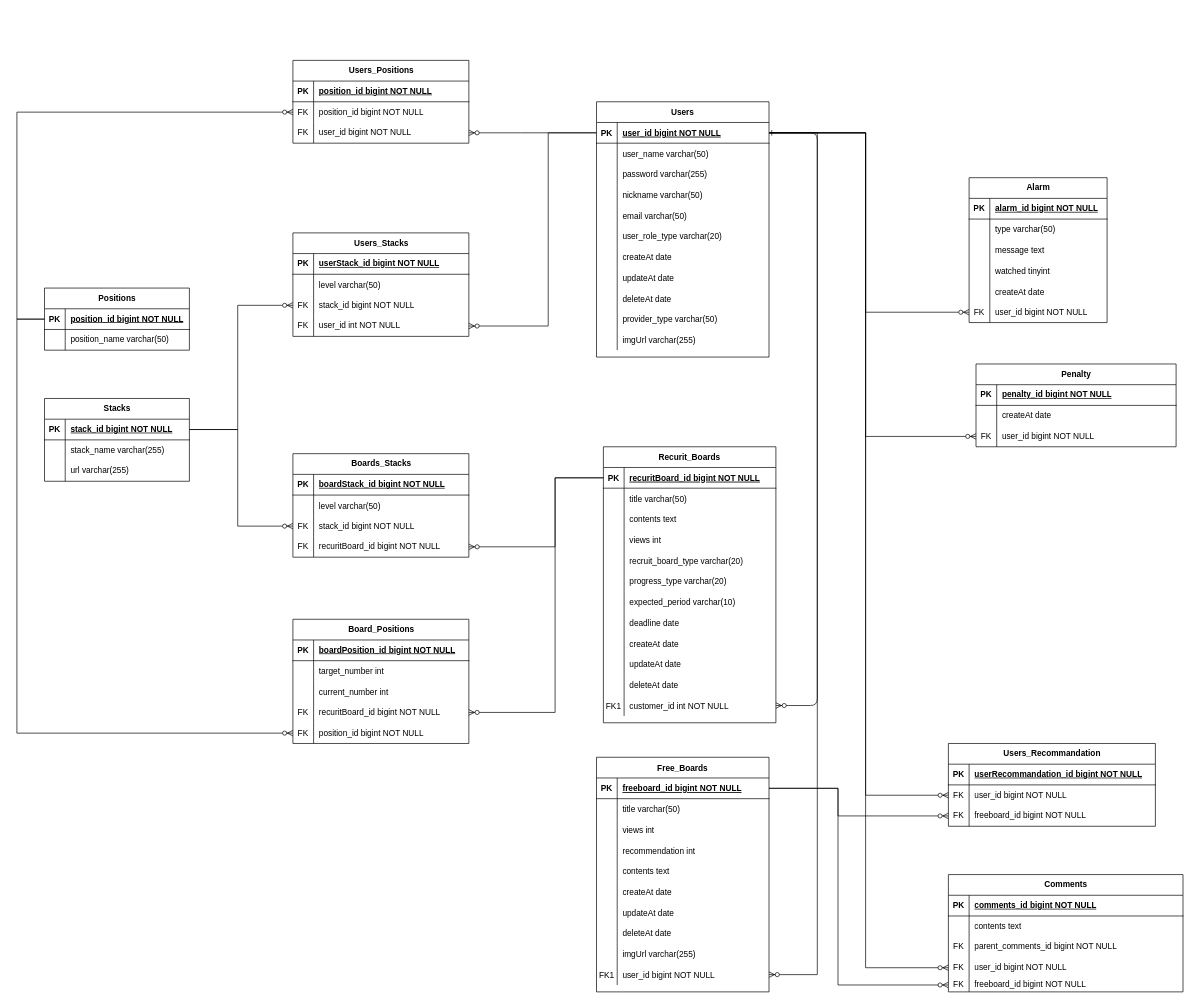
Above: server/ERD.drawio in Side-Effect-Team/side-effect-backend (draw.io), before the change. Source tidied: cells renumbered, new cells numbered last; positions are measured from the earlier drawing's top-left corner, leaving out a move shared by most shapes. Both pictures are drawn from the tidied source at 69%, with x=0, y=0 at pixel (-39, 60).
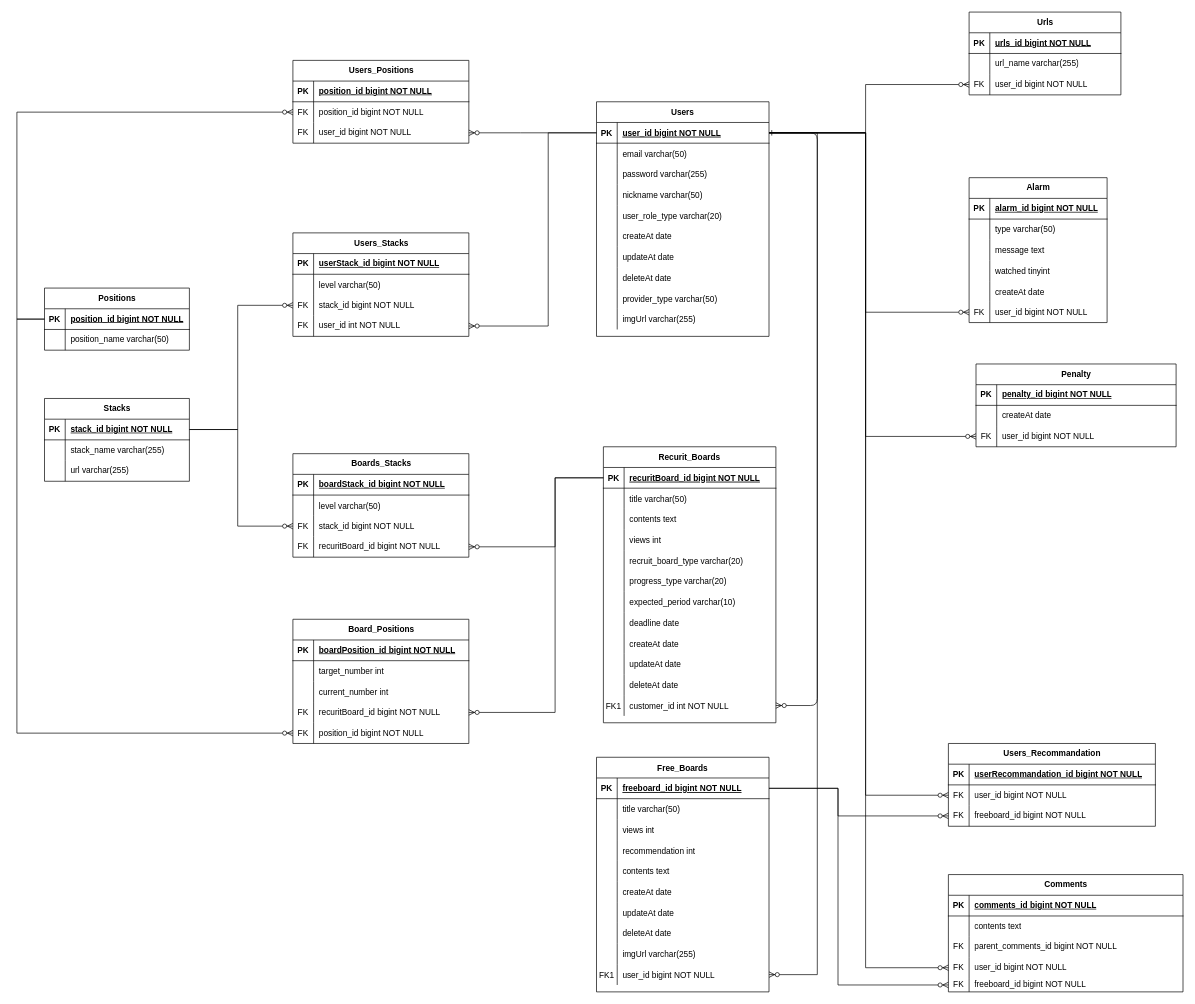
Above is the later version.

Commit message:
chore: Users Entity 변경

Unchanged cells that the change refers to:
```xml
<mxCell id="41" style="shape=partialRectangle;fillColor=none;points=[[0,0.5],[1,0.5]];portConstraint=eastwest;top=0;left=0;right=0;bottom=1;" parent="40" vertex="1">
  <mxGeometry y="30" width="250" height="30" as="geometry" />
</mxCell>
```

Diff of the diagram source:
```diff
@@
     <mxCell id="40" value="Users" style="shape=table;startSize=30;childLayout=tableLayout;rowLines=0;fontStyle=1;align=center;" parent="1" vertex="1">
-      <mxGeometry x="920" y="60" width="250" height="370" as="geometry" />
+      <mxGeometry x="920" y="60" width="250" height="340" as="geometry" />
     </mxCell>
@@
-    <mxCell id="44" style="shape=partialRectangle;fillColor=none;top=0;left=0;right=0;bottom=0;" parent="40" vertex="1">
-      <mxGeometry y="60" width="250" height="30" as="geometry" />
-    </mxCell>
-    <mxCell id="45" style="shape=partialRectangle;overflow=hidden;fillColor=none;top=0;left=0;bottom=0;right=0;" parent="44" vertex="1">
-      <mxGeometry width="30" height="30" as="geometry" />
-    </mxCell>
-    <mxCell id="46" value="user_name varchar(50)" style="shape=partialRectangle;overflow=hidden;fillColor=none;top=0;left=0;bottom=0;right=0;align=left;spacingLeft=6;" parent="44" vertex="1">
-      <mxGeometry x="30" width="220" height="30" as="geometry" />
-    </mxCell>
+    <mxCell id="53" style="shape=tableRow;horizontal=0;startSize=0;swimlaneHead=0;swimlaneBody=0;fillColor=none;top=0;left=0;right=0;bottom=0;" parent="40" vertex="1">
+      <mxGeometry y="60" width="250" height="30" as="geometry" />
+    </mxCell>
+    <mxCell id="54" style="shape=partialRectangle;fillColor=none;top=0;left=0;bottom=0;right=0;overflow=hidden;" parent="53" vertex="1">
+      <mxGeometry width="30" height="30" as="geometry" />
+    </mxCell>
+    <mxCell id="55" value="email varchar(50)" style="shape=partialRectangle;fillColor=none;top=0;left=0;bottom=0;right=0;align=left;spacingLeft=6;overflow=hidden;" parent="53" vertex="1">
+      <mxGeometry x="30" width="220" height="30" as="geometry" />
+    </mxCell>
@@
-    <mxCell id="53" style="shape=tableRow;horizontal=0;startSize=0;swimlaneHead=0;swimlaneBody=0;fillColor=none;top=0;left=0;right=0;bottom=0;" parent="40" vertex="1">
-      <mxGeometry y="150" width="250" height="30" as="geometry" />
-    </mxCell>
-    <mxCell id="54" style="shape=partialRectangle;fillColor=none;top=0;left=0;bottom=0;right=0;overflow=hidden;" parent="53" vertex="1">
-      <mxGeometry width="30" height="30" as="geometry" />
-    </mxCell>
-    <mxCell id="55" value="email varchar(50)" style="shape=partialRectangle;fillColor=none;top=0;left=0;bottom=0;right=0;align=left;spacingLeft=6;overflow=hidden;" parent="53" vertex="1">
-      <mxGeometry x="30" width="220" height="30" as="geometry" />
-    </mxCell>
     <mxCell id="56" style="shape=tableRow;horizontal=0;startSize=0;swimlaneHead=0;swimlaneBody=0;fillColor=none;top=0;left=0;right=0;bottom=0;" parent="40" vertex="1">
-      <mxGeometry y="180" width="250" height="30" as="geometry" />
+      <mxGeometry y="150" width="250" height="30" as="geometry" />
     </mxCell>
@@
     <mxCell id="59" style="shape=tableRow;horizontal=0;startSize=0;swimlaneHead=0;swimlaneBody=0;fillColor=none;top=0;left=0;right=0;bottom=0;" parent="40" vertex="1">
-      <mxGeometry y="210" width="250" height="30" as="geometry" />
+      <mxGeometry y="180" width="250" height="30" as="geometry" />
     </mxCell>
@@
     <mxCell id="62" style="shape=tableRow;horizontal=0;startSize=0;swimlaneHead=0;swimlaneBody=0;fillColor=none;top=0;left=0;right=0;bottom=0;" parent="40" vertex="1">
-      <mxGeometry y="240" width="250" height="30" as="geometry" />
+      <mxGeometry y="210" width="250" height="30" as="geometry" />
     </mxCell>
@@
     <mxCell id="65" style="shape=tableRow;horizontal=0;startSize=0;swimlaneHead=0;swimlaneBody=0;fillColor=none;top=0;left=0;right=0;bottom=0;" parent="40" vertex="1">
-      <mxGeometry y="270" width="250" height="30" as="geometry" />
+      <mxGeometry y="240" width="250" height="30" as="geometry" />
     </mxCell>
@@
     <mxCell id="68" style="shape=tableRow;horizontal=0;startSize=0;swimlaneHead=0;swimlaneBody=0;fillColor=none;top=0;left=0;right=0;bottom=0;" parent="40" vertex="1">
-      <mxGeometry y="300" width="250" height="30" as="geometry" />
+      <mxGeometry y="270" width="250" height="30" as="geometry" />
     </mxCell>
@@
     <mxCell id="71" style="shape=tableRow;horizontal=0;startSize=0;swimlaneHead=0;swimlaneBody=0;fillColor=none;top=0;left=0;right=0;bottom=0;" parent="40" vertex="1">
-      <mxGeometry y="330" width="250" height="30" as="geometry" />
+      <mxGeometry y="300" width="250" height="30" as="geometry" />
     </mxCell>
@@
+    <mxCell id="246" value="Urls" style="shape=table;startSize=30;childLayout=tableLayout;rowLines=0;fontStyle=1;align=center;html=1;" parent="1" vertex="1">
+      <mxGeometry x="1460" y="-70" width="220" height="120" as="geometry" />
+    </mxCell>
+    <mxCell id="247" style="shape=tableRow;horizontal=0;startSize=0;swimlaneHead=0;swimlaneBody=0;fillColor=none;top=0;left=0;right=0;bottom=1;" parent="246" vertex="1">
+      <mxGeometry y="30" width="220" height="30" as="geometry" />
+    </mxCell>
+    <mxCell id="248" value="PK" style="shape=partialRectangle;fillColor=none;top=0;left=0;bottom=0;right=0;fontStyle=1;overflow=hidden;whiteSpace=wrap;html=1;" parent="247" vertex="1">
+      <mxGeometry width="30" height="30" as="geometry" />
+    </mxCell>
+    <mxCell id="249" value="urls_id bigint NOT NULL" style="shape=partialRectangle;fillColor=none;top=0;left=0;bottom=0;right=0;align=left;spacingLeft=6;fontStyle=5;overflow=hidden;whiteSpace=wrap;html=1;" parent="247" vertex="1">
+      <mxGeometry x="30" width="190" height="30" as="geometry" />
+    </mxCell>
+    <mxCell id="250" style="shape=tableRow;horizontal=0;startSize=0;swimlaneHead=0;swimlaneBody=0;fillColor=none;top=0;left=0;right=0;bottom=0;" parent="246" vertex="1">
+      <mxGeometry y="60" width="220" height="30" as="geometry" />
+    </mxCell>
+    <mxCell id="251" style="shape=partialRectangle;fillColor=none;top=0;left=0;bottom=0;right=0;overflow=hidden;whiteSpace=wrap;html=1;" parent="250" vertex="1">
+      <mxGeometry width="30" height="30" as="geometry" />
+    </mxCell>
+    <mxCell id="252" value="url_name varchar(255)" style="shape=partialRectangle;fillColor=none;top=0;left=0;bottom=0;right=0;align=left;spacingLeft=6;overflow=hidden;whiteSpace=wrap;html=1;" parent="250" vertex="1">
+      <mxGeometry x="30" width="190" height="30" as="geometry" />
+    </mxCell>
+    <mxCell id="253" style="shape=tableRow;horizontal=0;startSize=0;swimlaneHead=0;swimlaneBody=0;fillColor=none;points=[[0,0.5],[1,0.5]];portConstraint=eastwest;top=0;left=0;right=0;bottom=0;" parent="246" vertex="1">
+      <mxGeometry y="90" width="220" height="30" as="geometry" />
+    </mxCell>
+    <mxCell id="254" value="FK" style="shape=partialRectangle;fillColor=none;top=0;left=0;bottom=0;right=0;fontStyle=0;overflow=hidden;whiteSpace=wrap;html=1;" parent="253" vertex="1">
+      <mxGeometry width="30" height="30" as="geometry" />
+    </mxCell>
+    <mxCell id="255" value="user_id bigint NOT NULL" style="shape=partialRectangle;fillColor=none;top=0;left=0;bottom=0;right=0;align=left;spacingLeft=6;fontStyle=0;overflow=hidden;whiteSpace=wrap;html=1;" parent="253" vertex="1">
+      <mxGeometry x="30" width="190" height="30" as="geometry" />
+    </mxCell>
+    <mxCell id="256" style="edgeStyle=elbowEdgeStyle;fontSize=12;html=1;endArrow=ERzeroToMany;endFill=1;rounded=0;entryX=0;entryY=0.5;entryDx=0;entryDy=0;exitX=1;exitY=0.5;exitDx=0;exitDy=0;" parent="1" edge="1" source="41" target="253">
+      <mxGeometry relative="1" as="geometry">
+        <Array as="points">
+          <mxPoint x="1310" y="50" />
+        </Array>
+      </mxGeometry>
+    </mxCell>
```
